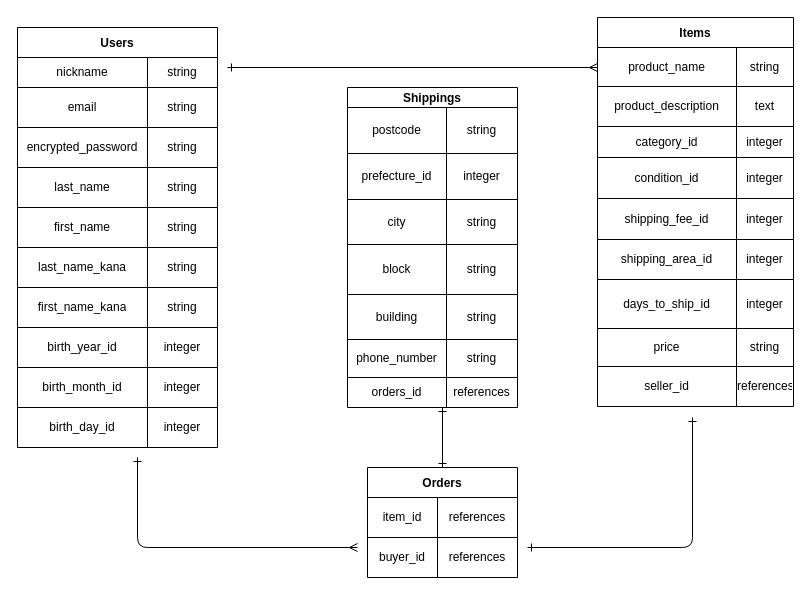
NorioYama/furima-37321 keeps this draw.io diagram as er.dio. Above is the earlier version. Source tidied: cells renumbered, new cells numbered last; positions are measured from the earlier drawing's top-left corner, leaving out a move shared by most shapes. Both pictures are drawn from the tidied source at 100%, with x=0, y=0 at pixel (17, 17).
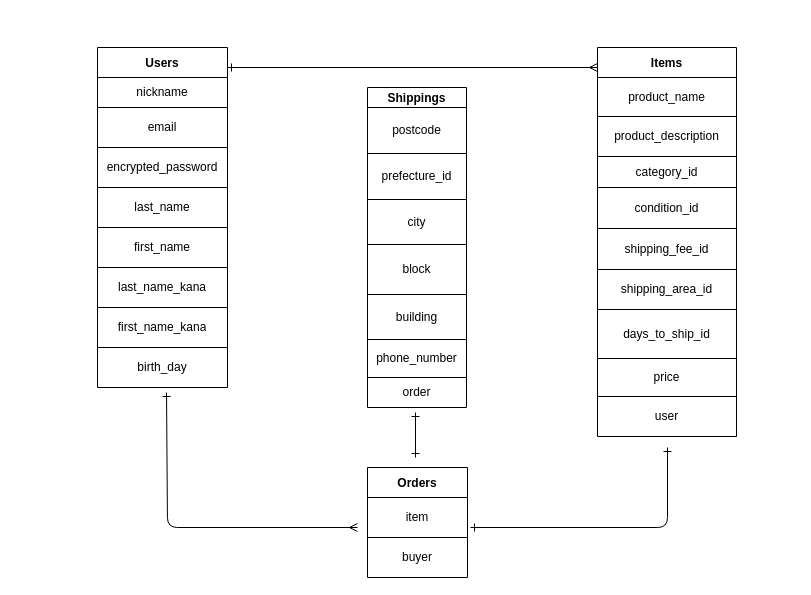
After the change.

Commit message (it also covers changes not shown here):
ER図、READMEの作成2

The edit, as a diff of the source:
```diff
@@
-    <mxCell id="2" style="edgeStyle=none;html=1;startArrow=ERone;startFill=0;endArrow=ERmany;endFill=0;" parent="1" edge="1">
+    <mxCell id="2" style="edgeStyle=none;html=1;startArrow=ERone;startFill=0;endArrow=ERmany;endFill=0;exitX=0.531;exitY=1.125;exitDx=0;exitDy=0;exitPerimeter=0;" parent="1" edge="1" source="31">
       <mxGeometry relative="1" as="geometry">
-        <mxPoint x="120" y="440" as="sourcePoint" />
-        <mxPoint x="340" y="530" as="targetPoint" />
+        <mxPoint x="340" y="510" as="targetPoint" />
         <Array as="points">
-          <mxPoint x="120" y="530" />
+          <mxPoint x="150" y="510" />
         </Array>
       </mxGeometry>
     </mxCell>
     <mxCell id="3" value="Users" style="shape=table;startSize=30;childLayout=tableLayout;fontStyle=1;align=center;" parent="1" vertex="1">
-      <mxGeometry y="10" width="200" height="420" as="geometry" />
+      <mxGeometry x="80" y="30" width="130" height="340" as="geometry" />
     </mxCell>
     <mxCell id="4" style="shape=partialRectangle;html=1;whiteSpace=wrap;fillColor=none;top=0;left=0;bottom=0;right=0;" parent="3" vertex="1">
-      <mxGeometry y="30" width="200" height="30" as="geometry" />
+      <mxGeometry y="30" width="130" height="30" as="geometry" />
     </mxCell>
@@
-    <mxCell id="6" value="string" style="shape=partialRectangle;html=1;whiteSpace=wrap;fillColor=none;top=0;left=0;bottom=0;right=0;overflow=hidden;" parent="4" vertex="1">
-      <mxGeometry x="130" width="70" height="30" as="geometry" />
-    </mxCell>
     <mxCell id="7" style="shape=partialRectangle;html=1;whiteSpace=wrap;fillColor=none;top=0;left=0;bottom=0;right=0;" parent="3" vertex="1">
-      <mxGeometry y="60" width="200" height="40" as="geometry" />
+      <mxGeometry y="60" width="130" height="40" as="geometry" />
     </mxCell>
@@
-    <mxCell id="9" value="&lt;span&gt;string&lt;/span&gt;" style="shape=partialRectangle;html=1;whiteSpace=wrap;fillColor=none;top=0;left=0;bottom=0;right=0;overflow=hidden;" parent="7" vertex="1">
-      <mxGeometry x="130" width="70" height="40" as="geometry" />
-    </mxCell>
     <mxCell id="10" style="shape=partialRectangle;html=1;whiteSpace=wrap;fillColor=none;top=0;left=0;bottom=0;right=0;" parent="3" vertex="1">
-      <mxGeometry y="100" width="200" height="40" as="geometry" />
+      <mxGeometry y="100" width="130" height="40" as="geometry" />
     </mxCell>
@@
-    <mxCell id="12" value="&lt;span&gt;string&lt;/span&gt;" style="shape=partialRectangle;html=1;whiteSpace=wrap;fillColor=none;top=0;left=0;bottom=0;right=0;overflow=hidden;" parent="10" vertex="1">
-      <mxGeometry x="130" width="70" height="40" as="geometry" />
-    </mxCell>
     <mxCell id="13" style="shape=partialRectangle;html=1;whiteSpace=wrap;fillColor=none;top=0;left=0;bottom=0;right=0;" parent="3" vertex="1">
-      <mxGeometry y="140" width="200" height="40" as="geometry" />
+      <mxGeometry y="140" width="130" height="40" as="geometry" />
     </mxCell>
@@
-    <mxCell id="15" value="&lt;span&gt;string&lt;/span&gt;" style="shape=partialRectangle;html=1;whiteSpace=wrap;fillColor=none;top=0;left=0;bottom=0;right=0;overflow=hidden;" parent="13" vertex="1">
-      <mxGeometry x="130" width="70" height="40" as="geometry" />
-    </mxCell>
     <mxCell id="16" style="shape=partialRectangle;html=1;whiteSpace=wrap;fillColor=none;top=0;left=0;bottom=0;right=0;" parent="3" vertex="1">
-      <mxGeometry y="180" width="200" height="40" as="geometry" />
+      <mxGeometry y="180" width="130" height="40" as="geometry" />
     </mxCell>
@@
-    <mxCell id="18" value="&lt;span&gt;string&lt;/span&gt;" style="shape=partialRectangle;html=1;whiteSpace=wrap;fillColor=none;top=0;left=0;bottom=0;right=0;overflow=hidden;" parent="16" vertex="1">
-      <mxGeometry x="130" width="70" height="40" as="geometry" />
-    </mxCell>
     <mxCell id="19" style="shape=partialRectangle;html=1;whiteSpace=wrap;fillColor=none;top=0;left=0;bottom=0;right=0;" parent="3" vertex="1">
-      <mxGeometry y="220" width="200" height="40" as="geometry" />
+      <mxGeometry y="220" width="130" height="40" as="geometry" />
     </mxCell>
@@
-    <mxCell id="21" value="&lt;span&gt;string&lt;/span&gt;" style="shape=partialRectangle;html=1;whiteSpace=wrap;fillColor=none;top=0;left=0;bottom=0;right=0;overflow=hidden;" parent="19" vertex="1">
-      <mxGeometry x="130" width="70" height="40" as="geometry" />
-    </mxCell>
     <mxCell id="22" style="shape=partialRectangle;html=1;whiteSpace=wrap;fillColor=none;top=0;left=0;bottom=0;right=0;" parent="3" vertex="1">
-      <mxGeometry y="260" width="200" height="40" as="geometry" />
+      <mxGeometry y="260" width="130" height="40" as="geometry" />
     </mxCell>
@@
-    <mxCell id="24" value="&lt;span&gt;string&lt;/span&gt;" style="shape=partialRectangle;html=1;whiteSpace=wrap;fillColor=none;top=0;left=0;bottom=0;right=0;overflow=hidden;" parent="22" vertex="1">
-      <mxGeometry x="130" width="70" height="40" as="geometry" />
-    </mxCell>
-    <mxCell id="25" style="shape=partialRectangle;html=1;whiteSpace=wrap;fillColor=none;top=0;left=0;bottom=0;right=0;" parent="3" vertex="1">
-      <mxGeometry y="300" width="200" height="40" as="geometry" />
-    </mxCell>
-    <mxCell id="26" value="birth_year_id" style="shape=partialRectangle;html=1;whiteSpace=wrap;fillColor=none;top=0;left=0;bottom=0;right=0;overflow=hidden;" parent="25" vertex="1">
-      <mxGeometry width="130" height="40" as="geometry" />
-    </mxCell>
-    <mxCell id="27" value="&lt;span&gt;integer&lt;/span&gt;" style="shape=partialRectangle;html=1;whiteSpace=wrap;fillColor=none;top=0;left=0;bottom=0;right=0;overflow=hidden;" parent="25" vertex="1">
-      <mxGeometry x="130" width="70" height="40" as="geometry" />
-    </mxCell>
-    <mxCell id="28" style="shape=partialRectangle;html=1;whiteSpace=wrap;fillColor=none;top=0;left=0;bottom=0;right=0;" parent="3" vertex="1">
-      <mxGeometry y="340" width="200" height="40" as="geometry" />
-    </mxCell>
-    <mxCell id="29" value="birth_month_id" style="shape=partialRectangle;html=1;whiteSpace=wrap;fillColor=none;top=0;left=0;bottom=0;right=0;overflow=hidden;" parent="28" vertex="1">
-      <mxGeometry width="130" height="40" as="geometry" />
-    </mxCell>
-    <mxCell id="30" value="integer" style="shape=partialRectangle;html=1;whiteSpace=wrap;fillColor=none;top=0;left=0;bottom=0;right=0;overflow=hidden;" parent="28" vertex="1">
-      <mxGeometry x="130" width="70" height="40" as="geometry" />
-    </mxCell>
     <mxCell id="31" style="shape=partialRectangle;html=1;whiteSpace=wrap;fillColor=none;top=0;left=0;bottom=0;right=0;points=[[0,0.5],[1,0.5]];portConstraint=eastwest;" parent="3" vertex="1">
-      <mxGeometry y="380" width="200" height="40" as="geometry" />
+      <mxGeometry y="300" width="130" height="40" as="geometry" />
     </mxCell>
-    <mxCell id="32" value="birth_day_id" style="shape=partialRectangle;html=1;whiteSpace=wrap;fillColor=none;top=0;left=0;bottom=0;right=0;overflow=hidden;" parent="31" vertex="1">
+    <mxCell id="32" value="birth_day" style="shape=partialRectangle;html=1;whiteSpace=wrap;fillColor=none;top=0;left=0;bottom=0;right=0;overflow=hidden;" parent="31" vertex="1">
       <mxGeometry width="130" height="40" as="geometry" />
     </mxCell>
-    <mxCell id="33" value="&lt;span&gt;integer&lt;/span&gt;" style="shape=partialRectangle;html=1;whiteSpace=wrap;fillColor=none;top=0;left=0;bottom=0;right=0;overflow=hidden;" parent="31" vertex="1">
-      <mxGeometry x="130" width="70" height="40" as="geometry" />
-    </mxCell>
-    <mxCell id="34" style="edgeStyle=none;html=1;startArrow=ERone;startFill=0;endArrow=ERone;endFill=0;" parent="1" edge="1">
-      <mxGeometry relative="1" as="geometry">
-        <mxPoint x="675" y="400" as="sourcePoint" />
-        <mxPoint x="510" y="530" as="targetPoint" />
-        <Array as="points">
-          <mxPoint x="675" y="530" />
-        </Array>
-      </mxGeometry>
-    </mxCell>
     <mxCell id="35" value="Items" style="shape=table;startSize=30;childLayout=tableLayout;fontStyle=1;align=center;" parent="1" vertex="1">
-      <mxGeometry x="580" width="196" height="389" as="geometry" />
+      <mxGeometry x="580" y="30" width="139" height="389" as="geometry" />
     </mxCell>
     <mxCell id="36" style="shape=partialRectangle;html=1;whiteSpace=wrap;fillColor=none;top=0;left=0;bottom=0;right=0;" parent="35" vertex="1">
-      <mxGeometry y="30" width="196" height="39" as="geometry" />
+      <mxGeometry y="30" width="139" height="39" as="geometry" />
     </mxCell>
@@
-    <mxCell id="38" value="&lt;span&gt;string&lt;/span&gt;" style="shape=partialRectangle;html=1;whiteSpace=wrap;fillColor=none;top=0;left=0;bottom=0;right=0;overflow=hidden;" parent="36" vertex="1">
-      <mxGeometry x="139" width="57" height="39" as="geometry" />
-    </mxCell>
     <mxCell id="39" style="shape=partialRectangle;html=1;whiteSpace=wrap;fillColor=none;top=0;left=0;bottom=0;right=0;" parent="35" vertex="1">
-      <mxGeometry y="69" width="196" height="40" as="geometry" />
+      <mxGeometry y="69" width="139" height="40" as="geometry" />
     </mxCell>
@@
-    <mxCell id="41" value="text" style="shape=partialRectangle;html=1;whiteSpace=wrap;fillColor=none;top=0;left=0;bottom=0;right=0;overflow=hidden;" parent="39" vertex="1">
-      <mxGeometry x="139" width="57" height="40" as="geometry" />
-    </mxCell>
     <mxCell id="42" style="shape=partialRectangle;html=1;whiteSpace=wrap;fillColor=none;top=0;left=0;bottom=0;right=0;" parent="35" vertex="1">
-      <mxGeometry y="109" width="196" height="31" as="geometry" />
+      <mxGeometry y="109" width="139" height="31" as="geometry" />
     </mxCell>
@@
-    <mxCell id="44" value="&lt;span&gt;integer&lt;/span&gt;" style="shape=partialRectangle;html=1;whiteSpace=wrap;fillColor=none;top=0;left=0;bottom=0;right=0;overflow=hidden;" parent="42" vertex="1">
-      <mxGeometry x="139" width="57" height="31" as="geometry" />
-    </mxCell>
     <mxCell id="45" style="shape=partialRectangle;html=1;whiteSpace=wrap;fillColor=none;top=0;left=0;bottom=0;right=0;" parent="35" vertex="1">
-      <mxGeometry y="140" width="196" height="41" as="geometry" />
+      <mxGeometry y="140" width="139" height="41" as="geometry" />
     </mxCell>
@@
-    <mxCell id="47" value="&lt;span&gt;integer&lt;/span&gt;" style="shape=partialRectangle;html=1;whiteSpace=wrap;fillColor=none;top=0;left=0;bottom=0;right=0;overflow=hidden;" parent="45" vertex="1">
-      <mxGeometry x="139" width="57" height="41" as="geometry" />
-    </mxCell>
     <mxCell id="48" style="shape=partialRectangle;html=1;whiteSpace=wrap;fillColor=none;top=0;left=0;bottom=0;right=0;" parent="35" vertex="1">
-      <mxGeometry y="181" width="196" height="41" as="geometry" />
+      <mxGeometry y="181" width="139" height="41" as="geometry" />
     </mxCell>
@@
-    <mxCell id="50" value="&lt;span&gt;integer&lt;/span&gt;" style="shape=partialRectangle;html=1;whiteSpace=wrap;fillColor=none;top=0;left=0;bottom=0;right=0;overflow=hidden;" parent="48" vertex="1">
-      <mxGeometry x="139" width="57" height="41" as="geometry" />
-    </mxCell>
     <mxCell id="51" style="shape=partialRectangle;html=1;whiteSpace=wrap;fillColor=none;top=0;left=0;bottom=0;right=0;" parent="35" vertex="1">
-      <mxGeometry y="222" width="196" height="40" as="geometry" />
+      <mxGeometry y="222" width="139" height="40" as="geometry" />
     </mxCell>
@@
-    <mxCell id="53" value="&lt;span&gt;integer&lt;/span&gt;" style="shape=partialRectangle;html=1;whiteSpace=wrap;fillColor=none;top=0;left=0;bottom=0;right=0;overflow=hidden;" parent="51" vertex="1">
-      <mxGeometry x="139" width="57" height="40" as="geometry" />
-    </mxCell>
     <mxCell id="54" style="shape=partialRectangle;html=1;whiteSpace=wrap;fillColor=none;top=0;left=0;bottom=0;right=0;" parent="35" vertex="1">
-      <mxGeometry y="262" width="196" height="49" as="geometry" />
+      <mxGeometry y="262" width="139" height="49" as="geometry" />
     </mxCell>
@@
-    <mxCell id="56" value="&lt;span&gt;integer&lt;/span&gt;" style="shape=partialRectangle;html=1;whiteSpace=wrap;fillColor=none;top=0;left=0;bottom=0;right=0;overflow=hidden;" parent="54" vertex="1">
-      <mxGeometry x="139" width="57" height="49" as="geometry" />
-    </mxCell>
     <mxCell id="57" style="shape=partialRectangle;html=1;whiteSpace=wrap;fillColor=none;top=0;left=0;bottom=0;right=0;" parent="35" vertex="1">
-      <mxGeometry y="311" width="196" height="38" as="geometry" />
+      <mxGeometry y="311" width="139" height="38" as="geometry" />
     </mxCell>
@@
-    <mxCell id="59" value="&lt;span&gt;string&lt;/span&gt;" style="shape=partialRectangle;html=1;whiteSpace=wrap;fillColor=none;top=0;left=0;bottom=0;right=0;overflow=hidden;" parent="57" vertex="1">
-      <mxGeometry x="139" width="57" height="38" as="geometry" />
-    </mxCell>
     <mxCell id="60" style="shape=partialRectangle;html=1;whiteSpace=wrap;fillColor=none;top=0;left=0;bottom=0;right=0;" parent="35" vertex="1">
-      <mxGeometry y="349" width="196" height="40" as="geometry" />
+      <mxGeometry y="349" width="139" height="40" as="geometry" />
     </mxCell>
-    <mxCell id="61" value="seller_id" style="shape=partialRectangle;html=1;whiteSpace=wrap;fillColor=none;top=0;left=0;bottom=0;right=0;overflow=hidden;" parent="60" vertex="1">
+    <mxCell id="61" value="user" style="shape=partialRectangle;html=1;whiteSpace=wrap;fillColor=none;top=0;left=0;bottom=0;right=0;overflow=hidden;" parent="60" vertex="1">
       <mxGeometry width="139" height="40" as="geometry" />
     </mxCell>
-    <mxCell id="62" value="references" style="shape=partialRectangle;html=1;whiteSpace=wrap;fillColor=none;top=0;left=0;bottom=0;right=0;overflow=hidden;" parent="60" vertex="1">
-      <mxGeometry x="139" width="57" height="40" as="geometry" />
-    </mxCell>
-    <mxCell id="63" style="edgeStyle=none;html=1;startArrow=ERone;startFill=0;endArrow=ERone;endFill=0;" parent="1" edge="1" source="64">
+    <mxCell id="63" style="edgeStyle=none;html=1;startArrow=ERone;startFill=0;endArrow=ERone;endFill=0;entryX=0.485;entryY=1.167;entryDx=0;entryDy=0;entryPerimeter=0;" parent="1" edge="1" target="91">
       <mxGeometry relative="1" as="geometry">
-        <mxPoint x="425" y="390" as="targetPoint" />
+        <mxPoint x="398" y="440" as="sourcePoint" />
       </mxGeometry>
     </mxCell>
+    <mxCell id="94" style="edgeStyle=none;html=1;endArrow=ERone;endFill=0;startArrow=ERone;startFill=0;exitX=1.03;exitY=0.75;exitDx=0;exitDy=0;exitPerimeter=0;" parent="1" edge="1" source="65">
+      <mxGeometry relative="1" as="geometry">
+        <mxPoint x="650" y="430" as="targetPoint" />
+        <Array as="points">
+          <mxPoint x="650" y="510" />
+        </Array>
+      </mxGeometry>
+    </mxCell>
     <mxCell id="64" value="Orders" style="shape=table;startSize=30;childLayout=tableLayout;fontStyle=1;align=center;" parent="1" vertex="1">
-      <mxGeometry x="350" y="450" width="150" height="110" as="geometry" />
+      <mxGeometry x="350" y="450" width="100" height="110" as="geometry" />
     </mxCell>
     <mxCell id="65" style="shape=partialRectangle;html=1;whiteSpace=wrap;fillColor=none;top=0;left=0;bottom=0;right=0;points=[[0,0.5],[1,0.5]];portConstraint=eastwest;" parent="64" vertex="1">
-      <mxGeometry y="30" width="150" height="40" as="geometry" />
+      <mxGeometry y="30" width="100" height="40" as="geometry" />
     </mxCell>
-    <mxCell id="66" value="&lt;span&gt;item_id&lt;/span&gt;" style="shape=partialRectangle;html=1;whiteSpace=wrap;fillColor=none;top=0;left=0;bottom=0;right=0;overflow=hidden;" parent="65" vertex="1">
-      <mxGeometry width="70" height="40" as="geometry" />
+    <mxCell id="66" value="&lt;span&gt;item&lt;/span&gt;" style="shape=partialRectangle;html=1;whiteSpace=wrap;fillColor=none;top=0;left=0;bottom=0;right=0;overflow=hidden;" parent="65" vertex="1">
+      <mxGeometry width="100" height="40" as="geometry" />
     </mxCell>
-    <mxCell id="67" value="references" style="shape=partialRectangle;html=1;whiteSpace=wrap;fillColor=none;top=0;left=0;bottom=0;right=0;overflow=hidden;" parent="65" vertex="1">
-      <mxGeometry x="70" width="80" height="40" as="geometry" />
-    </mxCell>
     <mxCell id="68" style="shape=partialRectangle;html=1;whiteSpace=wrap;fillColor=none;top=0;left=0;bottom=0;right=0;" parent="64" vertex="1">
-      <mxGeometry y="70" width="150" height="40" as="geometry" />
+      <mxGeometry y="70" width="100" height="40" as="geometry" />
     </mxCell>
-    <mxCell id="69" value="&lt;span&gt;buyer_id&lt;/span&gt;" style="shape=partialRectangle;html=1;whiteSpace=wrap;fillColor=none;top=0;left=0;bottom=0;right=0;overflow=hidden;" parent="68" vertex="1">
-      <mxGeometry width="70" height="40" as="geometry" />
+    <mxCell id="69" value="&lt;span&gt;buyer&lt;/span&gt;" style="shape=partialRectangle;html=1;whiteSpace=wrap;fillColor=none;top=0;left=0;bottom=0;right=0;overflow=hidden;" parent="68" vertex="1">
+      <mxGeometry width="100" height="40" as="geometry" />
     </mxCell>
-    <mxCell id="70" value="references" style="shape=partialRectangle;html=1;whiteSpace=wrap;fillColor=none;top=0;left=0;bottom=0;right=0;overflow=hidden;" parent="68" vertex="1">
-      <mxGeometry x="70" width="80" height="40" as="geometry" />
-    </mxCell>
@@
     <mxCell id="72" value="Shippings" style="shape=table;startSize=20;childLayout=tableLayout;fontStyle=1;align=center;" parent="1" vertex="1">
-      <mxGeometry x="330" y="70" width="170" height="320" as="geometry" />
+      <mxGeometry x="350" y="70" width="99" height="320" as="geometry" />
     </mxCell>
     <mxCell id="73" style="shape=partialRectangle;html=1;whiteSpace=wrap;fillColor=none;top=0;left=0;bottom=0;right=0;" parent="72" vertex="1">
-      <mxGeometry y="20" width="170" height="46" as="geometry" />
+      <mxGeometry y="20" width="99" height="46" as="geometry" />
     </mxCell>
@@
-    <mxCell id="75" value="&lt;span&gt;string&lt;/span&gt;" style="shape=partialRectangle;html=1;whiteSpace=wrap;fillColor=none;top=0;left=0;bottom=0;right=0;overflow=hidden;" parent="73" vertex="1">
-      <mxGeometry x="99" width="71" height="46" as="geometry" />
-    </mxCell>
     <mxCell id="76" style="shape=partialRectangle;html=1;whiteSpace=wrap;fillColor=none;top=0;left=0;bottom=0;right=0;" parent="72" vertex="1">
-      <mxGeometry y="66" width="170" height="46" as="geometry" />
+      <mxGeometry y="66" width="99" height="46" as="geometry" />
     </mxCell>
@@
-    <mxCell id="78" value="&lt;span&gt;integer&lt;/span&gt;" style="shape=partialRectangle;html=1;whiteSpace=wrap;fillColor=none;top=0;left=0;bottom=0;right=0;overflow=hidden;" parent="76" vertex="1">
-      <mxGeometry x="99" width="71" height="46" as="geometry" />
-    </mxCell>
     <mxCell id="79" style="shape=partialRectangle;html=1;whiteSpace=wrap;fillColor=none;top=0;left=0;bottom=0;right=0;" parent="72" vertex="1">
-      <mxGeometry y="112" width="170" height="45" as="geometry" />
+      <mxGeometry y="112" width="99" height="45" as="geometry" />
     </mxCell>
@@
-    <mxCell id="81" value="&lt;span&gt;string&lt;/span&gt;" style="shape=partialRectangle;html=1;whiteSpace=wrap;fillColor=none;top=0;left=0;bottom=0;right=0;overflow=hidden;" parent="79" vertex="1">
-      <mxGeometry x="99" width="71" height="45" as="geometry" />
-    </mxCell>
     <mxCell id="82" style="shape=partialRectangle;html=1;whiteSpace=wrap;fillColor=none;top=0;left=0;bottom=0;right=0;" parent="72" vertex="1">
-      <mxGeometry y="157" width="170" height="50" as="geometry" />
+      <mxGeometry y="157" width="99" height="50" as="geometry" />
     </mxCell>
@@
-    <mxCell id="84" value="&lt;span&gt;string&lt;/span&gt;" style="shape=partialRectangle;html=1;whiteSpace=wrap;fillColor=none;top=0;left=0;bottom=0;right=0;overflow=hidden;" parent="82" vertex="1">
-      <mxGeometry x="99" width="71" height="50" as="geometry" />
-    </mxCell>
     <mxCell id="85" style="shape=partialRectangle;html=1;whiteSpace=wrap;fillColor=none;top=0;left=0;bottom=0;right=0;" parent="72" vertex="1">
-      <mxGeometry y="207" width="170" height="45" as="geometry" />
+      <mxGeometry y="207" width="99" height="45" as="geometry" />
     </mxCell>
@@
-    <mxCell id="87" value="&lt;span&gt;string&lt;/span&gt;" style="shape=partialRectangle;html=1;whiteSpace=wrap;fillColor=none;top=0;left=0;bottom=0;right=0;overflow=hidden;" parent="85" vertex="1">
-      <mxGeometry x="99" width="71" height="45" as="geometry" />
-    </mxCell>
     <mxCell id="88" style="shape=partialRectangle;html=1;whiteSpace=wrap;fillColor=none;top=0;left=0;bottom=0;right=0;" parent="72" vertex="1">
-      <mxGeometry y="252" width="170" height="38" as="geometry" />
+      <mxGeometry y="252" width="99" height="38" as="geometry" />
     </mxCell>
@@
-    <mxCell id="90" value="&lt;span&gt;string&lt;/span&gt;" style="shape=partialRectangle;html=1;whiteSpace=wrap;fillColor=none;top=0;left=0;bottom=0;right=0;overflow=hidden;" parent="88" vertex="1">
-      <mxGeometry x="99" width="71" height="38" as="geometry" />
-    </mxCell>
     <mxCell id="91" style="shape=partialRectangle;html=1;whiteSpace=wrap;fillColor=none;top=0;left=0;bottom=0;right=0;points=[[0,0.5],[1,0.5]];portConstraint=eastwest;" parent="72" vertex="1">
-      <mxGeometry y="290" width="170" height="30" as="geometry" />
+      <mxGeometry y="290" width="99" height="30" as="geometry" />
     </mxCell>
-    <mxCell id="92" value="orders_id" style="shape=partialRectangle;html=1;whiteSpace=wrap;fillColor=none;top=0;left=0;bottom=0;right=0;overflow=hidden;" parent="91" vertex="1">
+    <mxCell id="92" value="order" style="shape=partialRectangle;html=1;whiteSpace=wrap;fillColor=none;top=0;left=0;bottom=0;right=0;overflow=hidden;" parent="91" vertex="1">
       <mxGeometry width="99" height="30" as="geometry" />
     </mxCell>
-    <mxCell id="93" value="references" style="shape=partialRectangle;html=1;whiteSpace=wrap;fillColor=none;top=0;left=0;bottom=0;right=0;overflow=hidden;" parent="91" vertex="1">
-      <mxGeometry x="99" width="71" height="30" as="geometry" />
-    </mxCell>
```
